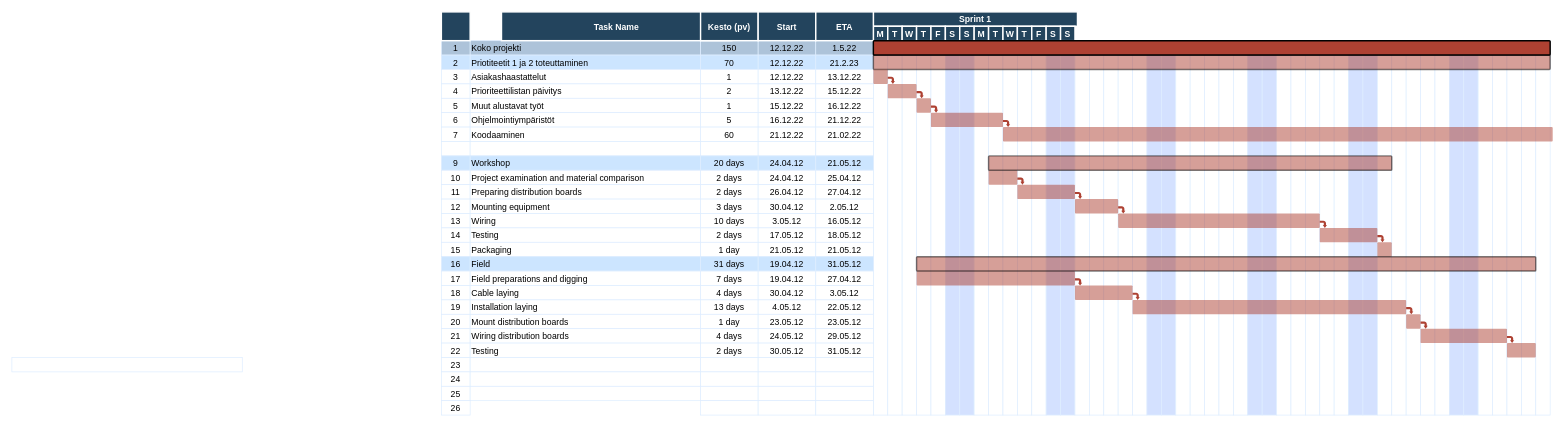
This is UML/SW ENG course/Gantt chart.drawio from DeveloperLauri/UML-charts-draw.io, a draw.io file, before an edit. Source tidied: cells renumbered, new cells numbered last; positions are measured from the earlier drawing's top-left corner, leaving out a move shared by most shapes. Both pictures are drawn from the tidied source at 72%, with x=0, y=0 at pixel (12, 12).
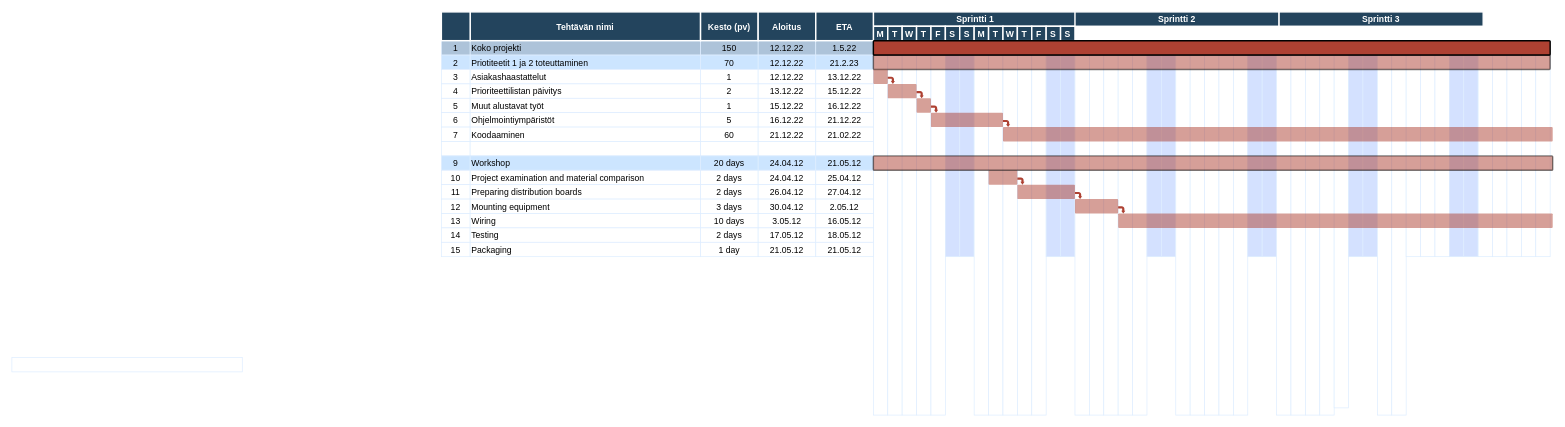
The same page after the edit.

Diff of the diagram source:
```diff
@@
-    <mxCell id="78" value="16" style="strokeColor=#DEEDFF;fillColor=#CCE5FF;" parent="1" vertex="1">
-      <mxGeometry x="596.5" y="340" width="40" height="20" as="geometry" />
-    </mxCell>
-    <mxCell id="79" value="Field" style="align=left;strokeColor=#DEEDFF;fillColor=#CCE5FF;" parent="1" vertex="1">
-      <mxGeometry x="636.5" y="340" width="320" height="20" as="geometry" />
-    </mxCell>
-    <mxCell id="80" value="31 days" style="strokeColor=#DEEDFF;fillColor=#CCE5FF;" parent="1" vertex="1">
-      <mxGeometry x="956.5" y="340" width="80" height="20" as="geometry" />
-    </mxCell>
-    <mxCell id="81" value="19.04.12" style="strokeColor=#DEEDFF;fillColor=#CCE5FF;" parent="1" vertex="1">
-      <mxGeometry x="1036.5" y="340" width="80" height="20" as="geometry" />
-    </mxCell>
-    <mxCell id="82" value="31.05.12" style="strokeColor=#DEEDFF;fillColor=#CCE5FF;" parent="1" vertex="1">
-      <mxGeometry x="1116.5" y="340" width="80" height="20" as="geometry" />
-    </mxCell>
-    <mxCell id="83" value="17" style="strokeColor=#DEEDFF;" parent="1" vertex="1">
-      <mxGeometry x="596.5" y="360" width="40" height="20" as="geometry" />
-    </mxCell>
-    <mxCell id="84" value="Field preparations and digging" style="align=left;strokeColor=#DEEDFF;" parent="1" vertex="1">
-      <mxGeometry x="636.5" y="360" width="320" height="20" as="geometry" />
-    </mxCell>
-    <mxCell id="85" value="7 days" style="strokeColor=#DEEDFF;" parent="1" vertex="1">
-      <mxGeometry x="956.5" y="360" width="80" height="20" as="geometry" />
-    </mxCell>
-    <mxCell id="86" value="19.04.12" style="strokeColor=#DEEDFF;" parent="1" vertex="1">
-      <mxGeometry x="1036.5" y="360" width="80" height="20" as="geometry" />
-    </mxCell>
-    <mxCell id="87" value="27.04.12" style="strokeColor=#DEEDFF;" parent="1" vertex="1">
-      <mxGeometry x="1116.5" y="360" width="80" height="20" as="geometry" />
-    </mxCell>
-    <mxCell id="88" value="18" style="strokeColor=#DEEDFF;" parent="1" vertex="1">
-      <mxGeometry x="596.5" y="380" width="40" height="20" as="geometry" />
-    </mxCell>
-    <mxCell id="89" value="Cable laying" style="align=left;strokeColor=#DEEDFF;" parent="1" vertex="1">
-      <mxGeometry x="636.5" y="380" width="320" height="20" as="geometry" />
-    </mxCell>
-    <mxCell id="90" value="4 days" style="strokeColor=#DEEDFF;" parent="1" vertex="1">
-      <mxGeometry x="956.5" y="380" width="80" height="20" as="geometry" />
-    </mxCell>
-    <mxCell id="91" value="30.04.12" style="strokeColor=#DEEDFF;" parent="1" vertex="1">
-      <mxGeometry x="1036.5" y="380" width="80" height="20" as="geometry" />
-    </mxCell>
-    <mxCell id="92" value="3.05.12" style="strokeColor=#DEEDFF;" parent="1" vertex="1">
-      <mxGeometry x="1116.5" y="380" width="80" height="20" as="geometry" />
-    </mxCell>
-    <mxCell id="93" value="19" style="strokeColor=#DEEDFF;" parent="1" vertex="1">
-      <mxGeometry x="596.5" y="400" width="40" height="20" as="geometry" />
-    </mxCell>
-    <mxCell id="94" value="Installation laying" style="align=left;strokeColor=#DEEDFF;" parent="1" vertex="1">
-      <mxGeometry x="636.5" y="400" width="320" height="20" as="geometry" />
-    </mxCell>
-    <mxCell id="95" value="13 days" style="strokeColor=#DEEDFF;" parent="1" vertex="1">
-      <mxGeometry x="956.5" y="400" width="80" height="20" as="geometry" />
-    </mxCell>
-    <mxCell id="96" value="4.05.12" style="strokeColor=#DEEDFF;" parent="1" vertex="1">
-      <mxGeometry x="1036.5" y="400" width="80" height="20" as="geometry" />
-    </mxCell>
-    <mxCell id="97" value="22.05.12" style="strokeColor=#DEEDFF;" parent="1" vertex="1">
-      <mxGeometry x="1116.5" y="400" width="80" height="20" as="geometry" />
-    </mxCell>
-    <mxCell id="98" value="20" style="strokeColor=#DEEDFF;" parent="1" vertex="1">
-      <mxGeometry x="596.5" y="420" width="40" height="20" as="geometry" />
-    </mxCell>
-    <mxCell id="99" value="Mount distribution boards" style="align=left;strokeColor=#DEEDFF;" parent="1" vertex="1">
-      <mxGeometry x="636.5" y="420" width="320" height="20" as="geometry" />
-    </mxCell>
-    <mxCell id="100" value="1 day" style="strokeColor=#DEEDFF;" parent="1" vertex="1">
-      <mxGeometry x="956.5" y="420" width="80" height="20" as="geometry" />
-    </mxCell>
-    <mxCell id="101" value="23.05.12" style="strokeColor=#DEEDFF;" parent="1" vertex="1">
-      <mxGeometry x="1036.5" y="420" width="80" height="20" as="geometry" />
-    </mxCell>
-    <mxCell id="102" value="23.05.12" style="strokeColor=#DEEDFF;" parent="1" vertex="1">
-      <mxGeometry x="1116.5" y="420" width="80" height="20" as="geometry" />
-    </mxCell>
-    <mxCell id="103" value="21" style="strokeColor=#DEEDFF;" parent="1" vertex="1">
-      <mxGeometry x="596.5" y="440" width="40" height="20" as="geometry" />
-    </mxCell>
-    <mxCell id="104" value="Wiring distribution boards" style="align=left;strokeColor=#DEEDFF;" parent="1" vertex="1">
-      <mxGeometry x="636.5" y="440" width="320" height="20" as="geometry" />
-    </mxCell>
-    <mxCell id="105" value="4 days" style="strokeColor=#DEEDFF;" parent="1" vertex="1">
-      <mxGeometry x="956.5" y="440" width="80" height="20" as="geometry" />
-    </mxCell>
-    <mxCell id="106" value="24.05.12" style="strokeColor=#DEEDFF;" parent="1" vertex="1">
-      <mxGeometry x="1036.5" y="440" width="80" height="20" as="geometry" />
-    </mxCell>
-    <mxCell id="107" value="29.05.12" style="strokeColor=#DEEDFF;" parent="1" vertex="1">
-      <mxGeometry x="1116.5" y="440" width="80" height="20" as="geometry" />
-    </mxCell>
-    <mxCell id="108" value="22" style="strokeColor=#DEEDFF;" parent="1" vertex="1">
-      <mxGeometry x="596.5" y="460" width="40" height="20" as="geometry" />
-    </mxCell>
-    <mxCell id="109" value="Testing" style="align=left;strokeColor=#DEEDFF;" parent="1" vertex="1">
-      <mxGeometry x="636.5" y="460" width="320" height="20" as="geometry" />
-    </mxCell>
-    <mxCell id="110" value="2 days" style="strokeColor=#DEEDFF;" parent="1" vertex="1">
-      <mxGeometry x="956.5" y="460" width="80" height="20" as="geometry" />
-    </mxCell>
-    <mxCell id="111" value="30.05.12" style="strokeColor=#DEEDFF;" parent="1" vertex="1">
-      <mxGeometry x="1036.5" y="460" width="80" height="20" as="geometry" />
-    </mxCell>
-    <mxCell id="112" value="31.05.12" style="strokeColor=#DEEDFF;" parent="1" vertex="1">
-      <mxGeometry x="1116.5" y="460" width="80" height="20" as="geometry" />
-    </mxCell>
-    <mxCell id="113" value="23" style="strokeColor=#DEEDFF;" parent="1" vertex="1">
-      <mxGeometry x="596.5" y="480" width="40" height="20" as="geometry" />
-    </mxCell>
-    <mxCell id="114" style="align=left;strokeColor=#DEEDFF;" parent="1" vertex="1">
-      <mxGeometry x="636.5" y="480" width="320" height="20" as="geometry" />
-    </mxCell>
-    <mxCell id="115" style="strokeColor=#DEEDFF;" parent="1" vertex="1">
-      <mxGeometry x="956.5" y="480" width="80" height="20" as="geometry" />
-    </mxCell>
-    <mxCell id="116" style="strokeColor=#DEEDFF;" parent="1" vertex="1">
-      <mxGeometry x="1036.5" y="480" width="80" height="20" as="geometry" />
-    </mxCell>
-    <mxCell id="117" style="strokeColor=#DEEDFF;" parent="1" vertex="1">
-      <mxGeometry x="1116.5" y="480" width="80" height="20" as="geometry" />
-    </mxCell>
-    <mxCell id="118" value="24" style="strokeColor=#DEEDFF;" parent="1" vertex="1">
-      <mxGeometry x="596.5" y="500" width="40" height="20" as="geometry" />
-    </mxCell>
-    <mxCell id="119" style="align=left;strokeColor=#DEEDFF;" parent="1" vertex="1">
-      <mxGeometry x="636.5" y="500" width="320" height="20" as="geometry" />
-    </mxCell>
-    <mxCell id="120" style="strokeColor=#DEEDFF;" parent="1" vertex="1">
-      <mxGeometry x="956.5" y="500" width="80" height="20" as="geometry" />
-    </mxCell>
-    <mxCell id="121" style="strokeColor=#DEEDFF;" parent="1" vertex="1">
-      <mxGeometry x="1036.5" y="500" width="80" height="20" as="geometry" />
-    </mxCell>
-    <mxCell id="122" style="strokeColor=#DEEDFF;" parent="1" vertex="1">
-      <mxGeometry x="1116.5" y="500" width="80" height="20" as="geometry" />
-    </mxCell>
-    <mxCell id="123" value="25" style="strokeColor=#DEEDFF;" parent="1" vertex="1">
-      <mxGeometry x="596.5" y="520" width="40" height="20" as="geometry" />
-    </mxCell>
-    <mxCell id="124" style="align=left;strokeColor=#DEEDFF;" parent="1" vertex="1">
-      <mxGeometry x="636.5" y="520" width="320" height="20" as="geometry" />
-    </mxCell>
-    <mxCell id="125" style="strokeColor=#DEEDFF;" parent="1" vertex="1">
-      <mxGeometry x="956.5" y="520" width="80" height="20" as="geometry" />
-    </mxCell>
-    <mxCell id="126" style="strokeColor=#DEEDFF;" parent="1" vertex="1">
-      <mxGeometry x="1036.5" y="520" width="80" height="20" as="geometry" />
-    </mxCell>
-    <mxCell id="127" style="strokeColor=#DEEDFF;" parent="1" vertex="1">
-      <mxGeometry x="1116.5" y="520" width="80" height="20" as="geometry" />
-    </mxCell>
-    <mxCell id="128" value="26" style="strokeColor=#DEEDFF;" parent="1" vertex="1">
-      <mxGeometry x="596.5" y="540" width="40" height="20" as="geometry" />
-    </mxCell>
@@
-    <mxCell id="130" style="strokeColor=#DEEDFF;" parent="1" vertex="1">
-      <mxGeometry x="956.5" y="540" width="80" height="20" as="geometry" />
-    </mxCell>
-    <mxCell id="131" style="strokeColor=#DEEDFF;" parent="1" vertex="1">
-      <mxGeometry x="1036.5" y="540" width="80" height="20" as="geometry" />
-    </mxCell>
-    <mxCell id="132" style="strokeColor=#DEEDFF;" parent="1" vertex="1">
-      <mxGeometry x="1116.5" y="540" width="80" height="20" as="geometry" />
-    </mxCell>
@@
     <mxCell id="137" style="strokeColor=#DEEDFF;fillColor=#D4E1FF;" parent="1" vertex="1">
-      <mxGeometry x="1296.5" y="40" width="20" height="520" as="geometry" />
+      <mxGeometry x="1296.5" y="40" width="20" height="300" as="geometry" />
     </mxCell>
     <mxCell id="138" style="strokeColor=#DEEDFF;fillColor=#D4E1FF;" parent="1" vertex="1">
-      <mxGeometry x="1316.5" y="40" width="20" height="520" as="geometry" />
+      <mxGeometry x="1316.5" y="40" width="20" height="300" as="geometry" />
     </mxCell>
@@
     <mxCell id="144" style="strokeColor=#DEEDFF;fillColor=#D4E1FF;" parent="1" vertex="1">
-      <mxGeometry x="1436.5" y="40" width="20" height="520" as="geometry" />
+      <mxGeometry x="1436.5" y="40" width="20" height="300" as="geometry" />
     </mxCell>
     <mxCell id="145" style="strokeColor=#DEEDFF;fillColor=#D4E1FF;" parent="1" vertex="1">
-      <mxGeometry x="1456.5" y="40" width="20" height="520" as="geometry" />
+      <mxGeometry x="1456.5" y="40" width="20" height="300" as="geometry" />
     </mxCell>
@@
     <mxCell id="151" style="strokeColor=#DEEDFF;fillColor=#D4E1FF;" parent="1" vertex="1">
-      <mxGeometry x="1576.5" y="40" width="20" height="520" as="geometry" />
+      <mxGeometry x="1576.5" y="40" width="20" height="300" as="geometry" />
     </mxCell>
     <mxCell id="152" style="strokeColor=#DEEDFF;fillColor=#D4E1FF;" parent="1" vertex="1">
-      <mxGeometry x="1596.5" y="40" width="20" height="520" as="geometry" />
+      <mxGeometry x="1596.5" y="40" width="20" height="300" as="geometry" />
     </mxCell>
@@
     <mxCell id="158" style="strokeColor=#DEEDFF;fillColor=#D4E1FF;" parent="1" vertex="1">
-      <mxGeometry x="1716.5" y="40" width="20" height="520" as="geometry" />
+      <mxGeometry x="1716.5" y="40" width="20" height="300" as="geometry" />
     </mxCell>
     <mxCell id="159" style="strokeColor=#DEEDFF;fillColor=#D4E1FF;" parent="1" vertex="1">
-      <mxGeometry x="1736.5" y="40" width="20" height="520" as="geometry" />
+      <mxGeometry x="1736.5" y="40" width="20" height="300" as="geometry" />
     </mxCell>
@@
     <mxCell id="164" style="strokeColor=#DEEDFF;" parent="1" vertex="1">
-      <mxGeometry x="1836.5" y="40" width="20" height="520" as="geometry" />
+      <mxGeometry x="1836.5" y="40" width="20" height="510" as="geometry" />
     </mxCell>
     <mxCell id="165" style="strokeColor=#DEEDFF;fillColor=#D4E1FF;" parent="1" vertex="1">
-      <mxGeometry x="1856.5" y="40" width="20" height="520" as="geometry" />
+      <mxGeometry x="1856.5" y="40" width="20" height="300" as="geometry" />
     </mxCell>
     <mxCell id="166" style="strokeColor=#DEEDFF;fillColor=#D4E1FF;" parent="1" vertex="1">
-      <mxGeometry x="1876.5" y="40" width="20" height="520" as="geometry" />
+      <mxGeometry x="1876.5" y="40" width="20" height="300" as="geometry" />
     </mxCell>
@@
     <mxCell id="169" style="strokeColor=#DEEDFF;" parent="1" vertex="1">
-      <mxGeometry x="1936.5" y="40" width="20" height="520" as="geometry" />
+      <mxGeometry x="1936.5" y="40" width="20" height="300" as="geometry" />
     </mxCell>
     <mxCell id="170" style="strokeColor=#DEEDFF;" parent="1" vertex="1">
-      <mxGeometry x="1956.5" y="40" width="20" height="520" as="geometry" />
+      <mxGeometry x="1956.5" y="40" width="20" height="300" as="geometry" />
     </mxCell>
     <mxCell id="171" style="strokeColor=#DEEDFF;" parent="1" vertex="1">
-      <mxGeometry x="1976.5" y="40" width="20" height="520" as="geometry" />
+      <mxGeometry x="1976.5" y="40" width="20" height="300" as="geometry" />
     </mxCell>
     <mxCell id="172" style="strokeColor=#DEEDFF;fillColor=#D4E1FF;" parent="1" vertex="1">
-      <mxGeometry x="1996.5" y="40" width="20" height="520" as="geometry" />
+      <mxGeometry x="1996.5" y="40" width="20" height="300" as="geometry" />
     </mxCell>
     <mxCell id="173" style="strokeColor=#DEEDFF;fillColor=#D4E1FF;" parent="1" vertex="1">
-      <mxGeometry x="2016.5" y="40" width="20" height="520" as="geometry" />
+      <mxGeometry x="2016.5" y="40" width="20" height="300" as="geometry" />
     </mxCell>
     <mxCell id="174" style="strokeColor=#DEEDFF;" parent="1" vertex="1">
-      <mxGeometry x="2036.5" y="40" width="20" height="520" as="geometry" />
+      <mxGeometry x="2036.5" y="40" width="20" height="300" as="geometry" />
     </mxCell>
     <mxCell id="175" style="strokeColor=#DEEDFF;" parent="1" vertex="1">
-      <mxGeometry x="2056.5" y="40" width="20" height="520" as="geometry" />
+      <mxGeometry x="2056.5" y="40" width="20" height="300" as="geometry" />
     </mxCell>
     <mxCell id="176" style="strokeColor=#DEEDFF;" parent="1" vertex="1">
-      <mxGeometry x="2076.5" y="40" width="20" height="520" as="geometry" />
+      <mxGeometry x="2076.5" y="40" width="20" height="300" as="geometry" />
     </mxCell>
     <mxCell id="177" style="strokeColor=#DEEDFF;" parent="1" vertex="1">
-      <mxGeometry x="2096.5" y="40" width="20" height="520" as="geometry" />
+      <mxGeometry x="2096.5" y="40" width="20" height="300" as="geometry" />
     </mxCell>
     <mxCell id="178" style="strokeColor=#DEEDFF;" parent="1" vertex="1">
-      <mxGeometry x="2116.5" y="40" width="20" height="520" as="geometry" />
+      <mxGeometry x="2116.5" y="40" width="20" height="300" as="geometry" />
     </mxCell>
-    <mxCell id="179" value="Task Name" style="fillColor=#23445D;strokeColor=#FFFFFF;strokeWidth=2;fontColor=#FFFFFF;fontStyle=1;" parent="1" vertex="1">
-      <mxGeometry x="680" width="320" height="40" as="geometry" />
+    <mxCell id="179" value="Tehtävän nimi" style="fillColor=#23445D;strokeColor=#FFFFFF;strokeWidth=2;fontColor=#FFFFFF;fontStyle=1;" parent="1" vertex="1">
+      <mxGeometry x="636.5" width="320" height="40" as="geometry" />
     </mxCell>
@@
-    <mxCell id="181" value="Sprint 1" style="fillColor=#23445D;strokeColor=#FFFFFF;strokeWidth=2;fontColor=#FFFFFF;fontStyle=1;" parent="1" vertex="1">
+    <mxCell id="181" value="Sprintti 1" style="fillColor=#23445D;strokeColor=#FFFFFF;strokeWidth=2;fontColor=#FFFFFF;fontStyle=1;" parent="1" vertex="1">
       <mxGeometry x="1196.5" width="283.5" height="20" as="geometry" />
     </mxCell>
@@
-    <mxCell id="190" value="Start" style="fillColor=#23445D;strokeColor=#FFFFFF;strokeWidth=2;fontColor=#FFFFFF;fontStyle=1;" parent="1" vertex="1">
+    <mxCell id="190" value="Aloitus" style="fillColor=#23445D;strokeColor=#FFFFFF;strokeWidth=2;fontColor=#FFFFFF;fontStyle=1;" parent="1" vertex="1">
       <mxGeometry x="1036.5" width="80" height="40" as="geometry" />
     </mxCell>
@@
     <mxCell id="211" style="shape=mxgraph.flowchart.process;fillColor=#AE4132;strokeColor=#000000;strokeWidth=2;opacity=50;" parent="1" vertex="1">
-      <mxGeometry x="1356.5" y="200" width="560" height="20" as="geometry" />
+      <mxGeometry x="1196.5" y="200" width="943.5" height="20" as="geometry" />
     </mxCell>
@@
     <mxCell id="214" style="shape=mxgraph.flowchart.process;fillColor=#AE4132;strokeColor=none;strokeWidth=2;opacity=50;" parent="1" vertex="1">
-      <mxGeometry x="1536.5" y="280" width="280" height="20" as="geometry" />
+      <mxGeometry x="1536.5" y="280" width="603.5" height="20" as="geometry" />
     </mxCell>
-    <mxCell id="215" style="shape=mxgraph.flowchart.process;fillColor=#AE4132;strokeColor=none;strokeWidth=2;opacity=50;" parent="1" vertex="1">
-      <mxGeometry x="1816.5" y="300" width="80" height="20" as="geometry" />
-    </mxCell>
-    <mxCell id="216" style="shape=mxgraph.flowchart.process;fillColor=#AE4132;strokeColor=none;strokeWidth=2;opacity=50;" parent="1" vertex="1">
-      <mxGeometry x="1896.5" y="320" width="20" height="20" as="geometry" />
-    </mxCell>
-    <mxCell id="217" style="shape=mxgraph.flowchart.process;fillColor=#AE4132;strokeColor=none;strokeWidth=2;opacity=50;" parent="1" vertex="1">
-      <mxGeometry x="1256.5" y="360" width="220" height="20" as="geometry" />
-    </mxCell>
-    <mxCell id="218" style="shape=mxgraph.flowchart.process;fillColor=#AE4132;strokeColor=none;strokeWidth=2;opacity=50;" parent="1" vertex="1">
-      <mxGeometry x="1476.5" y="380" width="80" height="20" as="geometry" />
-    </mxCell>
-    <mxCell id="219" style="shape=mxgraph.flowchart.process;fillColor=#AE4132;strokeColor=none;strokeWidth=2;opacity=50;" parent="1" vertex="1">
-      <mxGeometry x="1556.5" y="400" width="380" height="20" as="geometry" />
-    </mxCell>
-    <mxCell id="220" style="shape=mxgraph.flowchart.process;fillColor=#AE4132;strokeColor=none;strokeWidth=2;opacity=50;" parent="1" vertex="1">
-      <mxGeometry x="1936.5" y="420" width="20" height="20" as="geometry" />
-    </mxCell>
-    <mxCell id="221" style="shape=mxgraph.flowchart.process;fillColor=#AE4132;strokeColor=none;strokeWidth=2;opacity=50;" parent="1" vertex="1">
-      <mxGeometry x="1956.5" y="440" width="120" height="20" as="geometry" />
-    </mxCell>
-    <mxCell id="222" style="shape=mxgraph.flowchart.process;fillColor=#AE4132;strokeColor=none;strokeWidth=2;opacity=50;" parent="1" vertex="1">
-      <mxGeometry x="2076.5" y="460" width="40" height="20" as="geometry" />
-    </mxCell>
-    <mxCell id="223" style="shape=mxgraph.flowchart.process;fillColor=#AE4132;strokeColor=#000000;strokeWidth=2;opacity=50;" parent="1" vertex="1">
-      <mxGeometry x="1256.5" y="340" width="860" height="20" as="geometry" />
-    </mxCell>
@@
-    <mxCell id="227" style="shape=mxgraph.arrows.bent_right_arrow;fillColor=#AE4132;strokeColor=none;strokeWidth=2;direction=south;" parent="1" vertex="1">
-      <mxGeometry x="1816.5" y="290" width="10" height="10" as="geometry" />
-    </mxCell>
-    <mxCell id="228" style="shape=mxgraph.arrows.bent_right_arrow;fillColor=#AE4132;strokeColor=none;strokeWidth=2;direction=south;" parent="1" vertex="1">
-      <mxGeometry x="1896.5" y="310" width="10" height="10" as="geometry" />
-    </mxCell>
-    <mxCell id="229" style="shape=mxgraph.arrows.bent_right_arrow;fillColor=#AE4132;strokeColor=none;strokeWidth=2;direction=south;" parent="1" vertex="1">
-      <mxGeometry x="1476.5" y="370" width="10" height="10" as="geometry" />
-    </mxCell>
-    <mxCell id="230" style="shape=mxgraph.arrows.bent_right_arrow;fillColor=#AE4132;strokeColor=none;strokeWidth=2;direction=south;" parent="1" vertex="1">
-      <mxGeometry x="1556.5" y="390" width="10" height="10" as="geometry" />
-    </mxCell>
-    <mxCell id="231" style="shape=mxgraph.arrows.bent_right_arrow;fillColor=#AE4132;strokeColor=none;strokeWidth=2;direction=south;" parent="1" vertex="1">
-      <mxGeometry x="1936.5" y="410" width="10" height="10" as="geometry" />
-    </mxCell>
-    <mxCell id="232" style="shape=mxgraph.arrows.bent_right_arrow;fillColor=#AE4132;strokeColor=none;strokeWidth=2;direction=south;" parent="1" vertex="1">
-      <mxGeometry x="1956.5" y="430" width="10" height="10" as="geometry" />
-    </mxCell>
-    <mxCell id="233" style="shape=mxgraph.arrows.bent_right_arrow;fillColor=#AE4132;strokeColor=none;strokeWidth=2;direction=south;" parent="1" vertex="1">
-      <mxGeometry x="2076.5" y="450" width="10" height="10" as="geometry" />
-    </mxCell>
+    <mxCell id="234" value="Sprintti 2" style="fillColor=#23445D;strokeColor=#FFFFFF;strokeWidth=2;fontColor=#FFFFFF;fontStyle=1;" parent="1" vertex="1">
+      <mxGeometry x="1476.5" width="283.5" height="20" as="geometry" />
+    </mxCell>
+    <mxCell id="235" value="Sprintti 3" style="fillColor=#23445D;strokeColor=#FFFFFF;strokeWidth=2;fontColor=#FFFFFF;fontStyle=1;" parent="1" vertex="1">
+      <mxGeometry x="1760" width="283.5" height="20" as="geometry" />
+    </mxCell>
```
